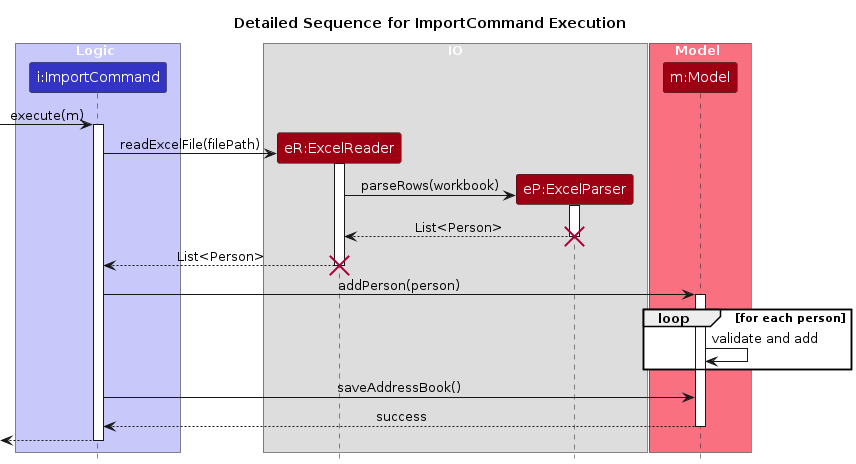
Above: diagrams/ImportExcelDetailedSequence.png in AY2526S1-CS2103T-T17-3/tp (PlantUML), before the change. Its source is kept beside it as diagrams/ImportExcelDetailedSequence.puml.
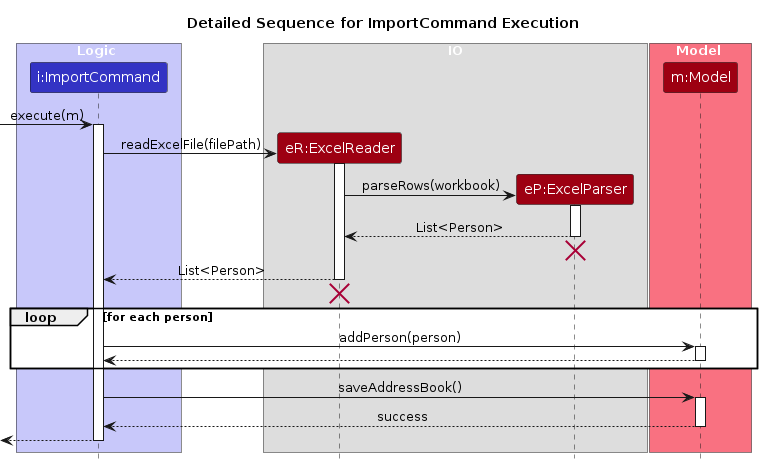
After the commit.

Diff of the diagram source:
```diff
@@ -10,7 +10,7 @@
 box IO
 participant "eR:ExcelReader" as ExcelReader MODEL_COLOR
 participant "eP:ExcelParser" as ExcelParser MODEL_COLOR
-endbox
+end box
 
 box Model MODEL_COLOR_T1
 participant "m:Model" as Model MODEL_COLOR
@@ -29,24 +29,27 @@
 
 ExcelParser --> ExcelReader : List<Person>
 deactivate ExcelParser
+ExcelParser -[hidden]-> ExcelReader
 destroy ExcelParser
 
 ExcelReader --> ImportCommand : List<Person>
 deactivate ExcelReader
+ExcelReader -[hidden]-> ImportCommand
 destroy ExcelReader
 
-ImportCommand -> Model : addPerson(person)
-activate Model
-
 loop for each person
-    Model -> Model : validate and add
+    ImportCommand -> Model : addPerson(person)
+    activate Model
+    Model --> ImportCommand
+    deactivate Model
 end
 
 ImportCommand -> Model : saveAddressBook()
+activate Model
 Model --> ImportCommand : success
 deactivate Model
 
-[<--ImportCommand
+[<-- ImportCommand
 deactivate ImportCommand
 
 @enduml
```
